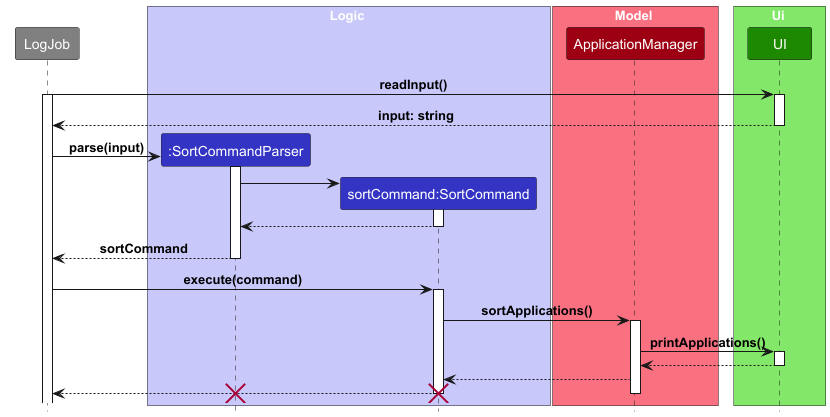
The PlantUML diagram docs/diagrams/sequence-diagrams/sort-sequence.png in irfandeen/tp, before a commit.
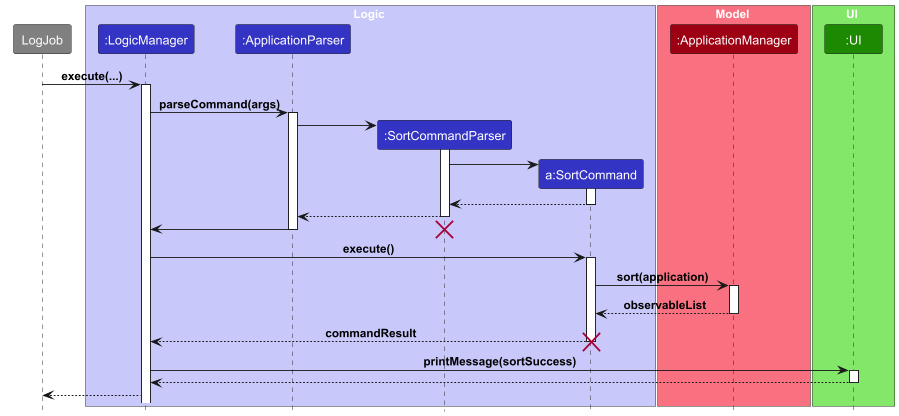
The same diagram one commit later.

The edit, as a diff of the source:
```diff
@@ -5,49 +5,57 @@
 participant LogJob #grey
 
 box Logic LOGIC_COLOR_T1
+participant ":LogicManager" as LogicManager LOGIC_COLOR
+participant ":ApplicationParser" as ApplicationParser LOGIC_COLOR
 participant ":SortCommandParser" as SortCommandParser LOGIC_COLOR
-participant "sortCommand:SortCommand" as SortCommand LOGIC_COLOR
+participant "a:SortCommand" as SortCommand LOGIC_COLOR
 end box
 
 box Model MODEL_COLOR_T1
-participant ApplicationManager MODEL_COLOR
-end box
-box Ui UI_COLOR_T1
-participant UI UI_COLOR
+participant ":ApplicationManager" as ApplicationManager MODEL_COLOR
 end box
 
-LogJob -> UI: readInput()
-activate LogJob
-activate UI
-UI --> LogJob: input: string
-deactivate
+box UI UI_COLOR_T1
+participant ":UI" as ui UI_COLOR
+end box
+
+LogJob -> LogicManager : execute(...)
+activate LogicManager
+
+LogicManager -> ApplicationParser: parseCommand(args)
+activate ApplicationParser
 
 create SortCommandParser
-LogJob -> SortCommandParser: parse(input)
+ApplicationParser -> SortCommandParser
 activate SortCommandParser
+
 create SortCommand
 SortCommandParser -> SortCommand
 activate SortCommand
 SortCommand --> SortCommandParser
 deactivate
 
-SortCommandParser --> LogJob: sortCommand
-deactivate
+SortCommandParser --> ApplicationParser
+deactivate SortCommandParser
+ApplicationParser -> LogicManager
+destroy SortCommandParser
+deactivate ApplicationParser
 
-LogJob -> SortCommand: execute(command)
+LogicManager -> SortCommand: execute()
 activate SortCommand
-SortCommand -> ApplicationManager: sortApplications()
+SortCommand -> ApplicationManager: sort(application)
+activate ApplicationManager
+ApplicationManager --> SortCommand: observableList
+deactivate ApplicationManager
+SortCommand --> LogicManager: commandResult
+deactivate SortCommand
+destroy SortCommand
 
-activate ApplicationManager
-ApplicationManager -> UI: printApplications()
-
-activate UI
-UI --> ApplicationManager
-deactivate
-ApplicationManager --> SortCommand
-SortCommand --> LogJob
-deactivate
-destroy SortCommand
-destroy SortCommandParser
+LogicManager -> ui: printMessage(sortSuccess)
+activate ui
+ui --> LogicManager
+deactivate ui
+deactivate SortCommand
+LogicManager --> LogJob
 
 @enduml
```
